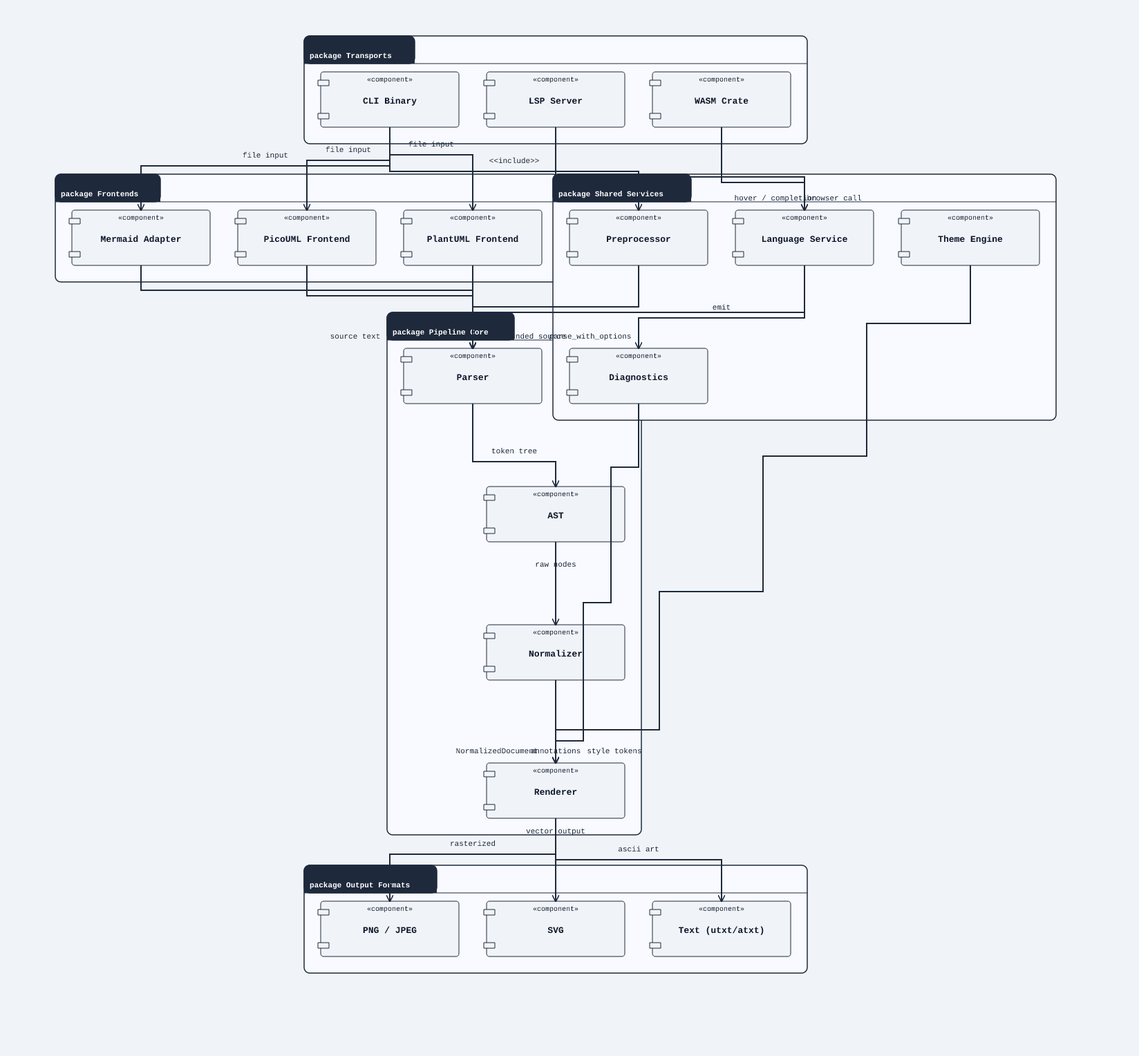
Above: docs/diagrams/architecture-overview.png in alliecatowo/puml (PlantUML), before the change. Its source is kept beside it as docs/diagrams/architecture-overview.puml.
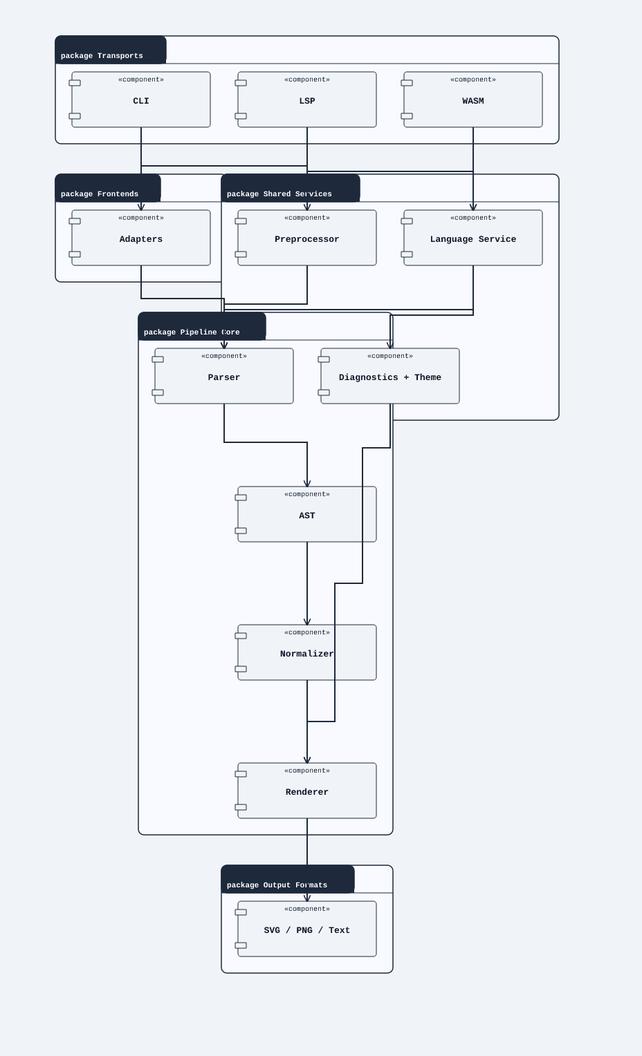
Later version of the same file.

Commit message:
fix(docs): simplify architecture overview layout

Reduce the architecture overview to a true high-level diagram so the generated artifact keeps clear hierarchy, spacing, and routing.

Refs #557

What changed in the source:
```diff
@@ -3,10 +3,20 @@
 skinparam componentStyle rectangle
 skinparam packageStyle frame
 
+package "Transports" {
+  component [CLI] as CLI
+  component [LSP] as LSP
+  component [WASM] as WASM
+}
+
 package "Frontends" {
-  component [PlantUML Frontend] as PlantumlFE
-  component [PicoUML Frontend] as PicoumlFE
-  component [Mermaid Adapter] as MermaidFE
+  component [Adapters] as Frontends
+}
+
+package "Shared Services" {
+  component [Preprocessor] as Preproc
+  component [Language Service] as LangSvc
+  component [Diagnostics + Theme] as RenderSupport
 }
 
 package "Pipeline Core" {
@@ -16,49 +26,24 @@
   component [Renderer] as Renderer
 }
 
-package "Shared Services" {
-  component [Preprocessor] as Preproc
-  component [Language Service] as LangSvc
-  component [Diagnostics] as Diag
-  component [Theme Engine] as Theme
+package "Output Formats" {
+  component [SVG / PNG / Text] as Outputs
 }
 
-package "Transports" {
-  component [CLI Binary] as CLI
-  component [LSP Server] as LSP
-  component [WASM Crate] as WASM
-}
+CLI --> Frontends
+CLI --> Preproc
+LSP --> LangSvc
+WASM --> LangSvc
 
-package "Output Formats" {
-  component [SVG] as SVG
-  component [PNG / JPEG] as Raster
-  component [Text (utxt/atxt)] as Text
-}
+Frontends --> Parser
+Preproc --> Parser
+LangSvc --> Parser
+LangSvc --> RenderSupport
+RenderSupport --> Renderer
 
-PlantumlFE --> Parser : source text
-PicoumlFE --> Parser : source text
-MermaidFE --> Parser : source text
-
-Preproc --> Parser : expanded source
-Parser --> AST : token tree
-AST --> Normalizer : raw nodes
-Normalizer --> Renderer : NormalizedDocument
-Theme --> Renderer : style tokens
-Diag --> Renderer : annotations
-
-Renderer --> SVG : vector output
-Renderer --> Raster : rasterized
-Renderer --> Text : ascii art
-
-CLI --> PlantumlFE : file input
-CLI --> PicoumlFE : file input
-CLI --> MermaidFE : file input
-CLI --> Preproc : !include / macros
-
-LSP --> LangSvc : hover / completion
-LangSvc --> Parser : parse_with_options
-LangSvc --> Diag : emit
-
-WASM --> LangSvc : browser call
+Parser --> AST
+AST --> Normalizer
+Normalizer --> Renderer
+Renderer --> Outputs
 
 @enduml
```
